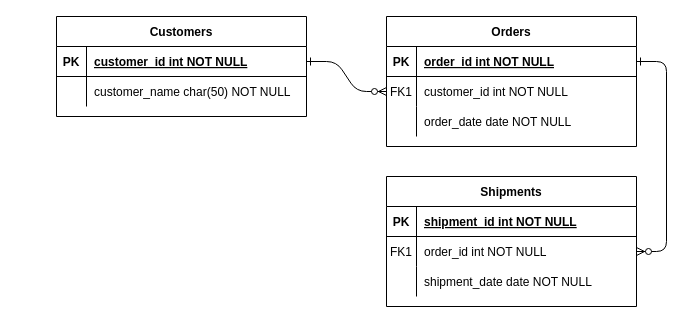
This is 閱讀網站.drawio from Minnie860711/main, a draw.io file, before an edit. Source tidied: cells renumbered, new cells numbered last; positions are measured from the earlier drawing's top-left corner, leaving out a move shared by most shapes. Both pictures are drawn from the tidied source at 100%, with x=0, y=0 at pixel (56, 16).
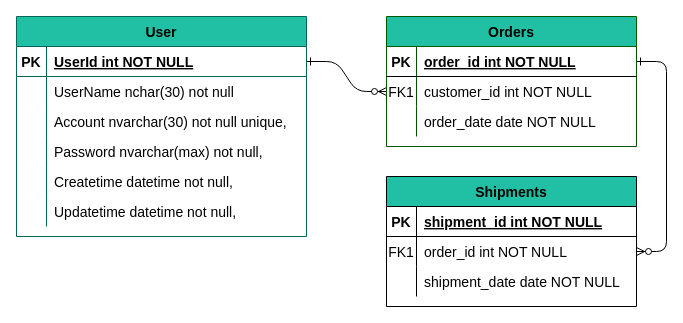
The same page after the edit.

Commit message:
20240306_更新閱讀網站.drawio

What changed in the source:
```diff
@@
-    <mxCell id="2" style="edgeStyle=entityRelationEdgeStyle;endArrow=ERzeroToMany;startArrow=ERone;endFill=1;startFill=0;" parent="1" edge="1" source="25" target="8">
-      <mxGeometry relative="1" as="geometry" />
+    <mxCell id="2" style="edgeStyle=entityRelationEdgeStyle;endArrow=ERzeroToMany;startArrow=ERone;endFill=1;startFill=0;fontSize=14;" parent="1" edge="1" target="8">
+      <mxGeometry relative="1" as="geometry">
+        <mxPoint x="250" y="45" as="sourcePoint" />
+      </mxGeometry>
     </mxCell>
-    <mxCell id="3" style="edgeStyle=entityRelationEdgeStyle;endArrow=ERzeroToMany;startArrow=ERone;endFill=1;startFill=0;" parent="1" edge="1" source="5" target="18">
+    <mxCell id="3" style="edgeStyle=entityRelationEdgeStyle;endArrow=ERzeroToMany;startArrow=ERone;endFill=1;startFill=0;fontSize=14;" parent="1" edge="1" source="5" target="18">
       <mxGeometry relative="1" as="geometry" />
     </mxCell>
-    <mxCell id="4" value="Orders" style="shape=table;startSize=30;childLayout=tableLayout;rowLines=0;fontStyle=1;align=center;" parent="1" vertex="1">
+    <mxCell id="4" value="Orders" style="shape=table;startSize=30;childLayout=tableLayout;rowLines=0;fontStyle=1;align=center;fillColor=#21c0a5;strokeColor=#005700;fontColor=#000000;fontSize=14;" parent="1" vertex="1">
       <mxGeometry x="330" width="250" height="130" as="geometry" />
     </mxCell>
-    <mxCell id="5" style="shape=partialRectangle;fillColor=none;points=[[0,0.5],[1,0.5]];portConstraint=eastwest;top=0;left=0;right=0;bottom=1;" parent="4" vertex="1">
+    <mxCell id="5" style="shape=partialRectangle;fillColor=none;points=[[0,0.5],[1,0.5]];portConstraint=eastwest;top=0;left=0;right=0;bottom=1;fontSize=14;" parent="4" vertex="1">
       <mxGeometry y="30" width="250" height="30" as="geometry" />
     </mxCell>
-    <mxCell id="6" value="PK" style="shape=partialRectangle;overflow=hidden;fillColor=none;top=0;left=0;bottom=0;right=0;fontStyle=1;" parent="5" vertex="1">
+    <mxCell id="6" value="PK" style="shape=partialRectangle;overflow=hidden;fillColor=none;top=0;left=0;bottom=0;right=0;fontStyle=1;fontSize=14;" parent="5" vertex="1">
       <mxGeometry width="30" height="30" as="geometry" />
     </mxCell>
-    <mxCell id="7" value="order_id int NOT NULL " style="shape=partialRectangle;overflow=hidden;fillColor=none;top=0;left=0;bottom=0;right=0;align=left;spacingLeft=6;fontStyle=5;" parent="5" vertex="1">
+    <mxCell id="7" value="order_id int NOT NULL " style="shape=partialRectangle;overflow=hidden;fillColor=none;top=0;left=0;bottom=0;right=0;align=left;spacingLeft=6;fontStyle=5;fontSize=14;" parent="5" vertex="1">
       <mxGeometry x="30" width="220" height="30" as="geometry" />
     </mxCell>
-    <mxCell id="8" style="shape=partialRectangle;fillColor=none;points=[[0,0.5],[1,0.5]];portConstraint=eastwest;top=0;left=0;right=0;bottom=0;" parent="4" vertex="1">
+    <mxCell id="8" style="shape=partialRectangle;fillColor=none;points=[[0,0.5],[1,0.5]];portConstraint=eastwest;top=0;left=0;right=0;bottom=0;fontSize=14;" parent="4" vertex="1">
       <mxGeometry y="60" width="250" height="30" as="geometry" />
     </mxCell>
-    <mxCell id="9" value="FK1" style="shape=partialRectangle;overflow=hidden;fillColor=none;top=0;left=0;bottom=0;right=0;" parent="8" vertex="1">
+    <mxCell id="9" value="FK1" style="shape=partialRectangle;overflow=hidden;fillColor=none;top=0;left=0;bottom=0;right=0;fontSize=14;" parent="8" vertex="1">
       <mxGeometry width="30" height="30" as="geometry" />
     </mxCell>
-    <mxCell id="10" value="customer_id int NOT NULL" style="shape=partialRectangle;overflow=hidden;fillColor=none;top=0;left=0;bottom=0;right=0;align=left;spacingLeft=6;" parent="8" vertex="1">
+    <mxCell id="10" value="customer_id int NOT NULL" style="shape=partialRectangle;overflow=hidden;fillColor=none;top=0;left=0;bottom=0;right=0;align=left;spacingLeft=6;fontSize=14;" parent="8" vertex="1">
       <mxGeometry x="30" width="220" height="30" as="geometry" />
     </mxCell>
-    <mxCell id="11" style="shape=partialRectangle;fillColor=none;top=0;left=0;right=0;bottom=0;" parent="4" vertex="1">
+    <mxCell id="11" style="shape=partialRectangle;fillColor=none;top=0;left=0;right=0;bottom=0;fontSize=14;" parent="4" vertex="1">
       <mxGeometry y="90" width="250" height="30" as="geometry" />
     </mxCell>
-    <mxCell id="12" style="shape=partialRectangle;overflow=hidden;fillColor=none;top=0;left=0;bottom=0;right=0;" parent="11" vertex="1">
+    <mxCell id="12" style="shape=partialRectangle;overflow=hidden;fillColor=none;top=0;left=0;bottom=0;right=0;fontSize=14;" parent="11" vertex="1">
       <mxGeometry width="30" height="30" as="geometry" />
     </mxCell>
-    <mxCell id="13" value="order_date date NOT NULL" style="shape=partialRectangle;overflow=hidden;fillColor=none;top=0;left=0;bottom=0;right=0;align=left;spacingLeft=6;" parent="11" vertex="1">
+    <mxCell id="13" value="order_date date NOT NULL" style="shape=partialRectangle;overflow=hidden;fillColor=none;top=0;left=0;bottom=0;right=0;align=left;spacingLeft=6;fontSize=14;" parent="11" vertex="1">
       <mxGeometry x="30" width="220" height="30" as="geometry" />
     </mxCell>
-    <mxCell id="14" value="Shipments" style="shape=table;startSize=30;childLayout=tableLayout;rowLines=0;fontStyle=1;align=center;" parent="1" vertex="1">
+    <mxCell id="14" value="Shipments" style="shape=table;startSize=30;childLayout=tableLayout;rowLines=0;fontStyle=1;align=center;fillColor=#21c0a5;fontSize=14;" parent="1" vertex="1">
       <mxGeometry x="330" y="160" width="250" height="130" as="geometry" />
     </mxCell>
-    <mxCell id="15" style="shape=partialRectangle;fillColor=none;top=0;left=0;right=0;bottom=1;" parent="14" vertex="1">
+    <mxCell id="15" style="shape=partialRectangle;fillColor=none;top=0;left=0;right=0;bottom=1;fontSize=14;" parent="14" vertex="1">
       <mxGeometry y="30" width="250" height="30" as="geometry" />
     </mxCell>
-    <mxCell id="16" value="PK" style="shape=partialRectangle;overflow=hidden;fillColor=none;top=0;left=0;bottom=0;right=0;fontStyle=1;" parent="15" vertex="1">
+    <mxCell id="16" value="PK" style="shape=partialRectangle;overflow=hidden;fillColor=none;top=0;left=0;bottom=0;right=0;fontStyle=1;fontSize=14;" parent="15" vertex="1">
       <mxGeometry width="30" height="30" as="geometry" />
     </mxCell>
-    <mxCell id="17" value="shipment_id int NOT NULL " style="shape=partialRectangle;overflow=hidden;fillColor=none;top=0;left=0;bottom=0;right=0;align=left;spacingLeft=6;fontStyle=5;" parent="15" vertex="1">
+    <mxCell id="17" value="shipment_id int NOT NULL " style="shape=partialRectangle;overflow=hidden;fillColor=none;top=0;left=0;bottom=0;right=0;align=left;spacingLeft=6;fontStyle=5;fontSize=14;" parent="15" vertex="1">
       <mxGeometry x="30" width="220" height="30" as="geometry" />
     </mxCell>
-    <mxCell id="18" style="shape=partialRectangle;fillColor=none;points=[[0,0.5],[1,0.5]];portConstraint=eastwest;top=0;left=0;right=0;bottom=0;" parent="14" vertex="1">
+    <mxCell id="18" style="shape=partialRectangle;fillColor=none;points=[[0,0.5],[1,0.5]];portConstraint=eastwest;top=0;left=0;right=0;bottom=0;fontSize=14;" parent="14" vertex="1">
       <mxGeometry y="60" width="250" height="30" as="geometry" />
     </mxCell>
-    <mxCell id="19" value="FK1" style="shape=partialRectangle;overflow=hidden;fillColor=none;top=0;left=0;bottom=0;right=0;" parent="18" vertex="1">
+    <mxCell id="19" value="FK1" style="shape=partialRectangle;overflow=hidden;fillColor=none;top=0;left=0;bottom=0;right=0;fontSize=14;" parent="18" vertex="1">
       <mxGeometry width="30" height="30" as="geometry" />
     </mxCell>
-    <mxCell id="20" value="order_id int NOT NULL" style="shape=partialRectangle;overflow=hidden;fillColor=none;top=0;left=0;bottom=0;right=0;align=left;spacingLeft=6;" parent="18" vertex="1">
+    <mxCell id="20" value="order_id int NOT NULL" style="shape=partialRectangle;overflow=hidden;fillColor=none;top=0;left=0;bottom=0;right=0;align=left;spacingLeft=6;fontSize=14;" parent="18" vertex="1">
       <mxGeometry x="30" width="220" height="30" as="geometry" />
     </mxCell>
-    <mxCell id="21" style="shape=partialRectangle;fillColor=none;top=0;left=0;right=0;bottom=0;" parent="14" vertex="1">
+    <mxCell id="21" style="shape=partialRectangle;fillColor=none;top=0;left=0;right=0;bottom=0;fontSize=14;" parent="14" vertex="1">
       <mxGeometry y="90" width="250" height="30" as="geometry" />
     </mxCell>
-    <mxCell id="22" style="shape=partialRectangle;overflow=hidden;fillColor=none;top=0;left=0;bottom=0;right=0;" parent="21" vertex="1">
+    <mxCell id="22" style="shape=partialRectangle;overflow=hidden;fillColor=none;top=0;left=0;bottom=0;right=0;fontSize=14;" parent="21" vertex="1">
       <mxGeometry width="30" height="30" as="geometry" />
     </mxCell>
-    <mxCell id="23" value="shipment_date date NOT NULL" style="shape=partialRectangle;overflow=hidden;fillColor=none;top=0;left=0;bottom=0;right=0;align=left;spacingLeft=6;" parent="21" vertex="1">
+    <mxCell id="23" value="shipment_date date NOT NULL" style="shape=partialRectangle;overflow=hidden;fillColor=none;top=0;left=0;bottom=0;right=0;align=left;spacingLeft=6;fontSize=14;" parent="21" vertex="1">
       <mxGeometry x="30" width="220" height="30" as="geometry" />
     </mxCell>
-    <mxCell id="24" value="Customers" style="shape=table;startSize=30;childLayout=tableLayout;rowLines=0;fontStyle=1;align=center;" parent="1" vertex="1">
-      <mxGeometry width="250" height="100" as="geometry" />
-    </mxCell>
-    <mxCell id="25" style="shape=partialRectangle;fillColor=none;points=[[0,0.5],[1,0.5]];portConstraint=eastwest;top=0;left=0;right=0;bottom=1;" parent="24" vertex="1">
-      <mxGeometry y="30" width="250" height="30" as="geometry" />
-    </mxCell>
+    <mxCell id="31" value="User" style="shape=table;startSize=30;childLayout=tableLayout;rowLines=0;fontStyle=1;align=center;fillColor=#21C0A5;strokeColor=#006658;fontColor=#000000;rounded=0;fontSize=14;" parent="1" vertex="1">
+      <mxGeometry x="-40" width="290" height="220" as="geometry" />
+    </mxCell>
+    <mxCell id="32" style="shape=partialRectangle;fillColor=none;top=0;left=0;right=0;bottom=1;strokeColor=#006658;fontColor=#5C5C5C;rounded=0;fontSize=14;" parent="31" vertex="1">
+      <mxGeometry y="30" width="290" height="30" as="geometry" />
+    </mxCell>
-    <mxCell id="26" value="PK" style="shape=partialRectangle;overflow=hidden;fillColor=none;top=0;left=0;bottom=0;right=0;fontStyle=1;" parent="25" vertex="1">
+    <mxCell id="26" value="PK" style="shape=partialRectangle;overflow=hidden;fillColor=none;top=0;left=0;bottom=0;right=0;fontStyle=1;strokeColor=#006658;fontColor=#000000;rounded=0;fontSize=14;" parent="32" vertex="1">
       <mxGeometry width="30" height="30" as="geometry" />
     </mxCell>
-    <mxCell id="27" value="customer_id int NOT NULL " style="shape=partialRectangle;overflow=hidden;fillColor=none;top=0;left=0;bottom=0;right=0;align=left;spacingLeft=6;fontStyle=5;" parent="25" vertex="1">
-      <mxGeometry x="30" width="220" height="30" as="geometry" />
-    </mxCell>
-    <mxCell id="28" style="shape=partialRectangle;fillColor=none;top=0;left=0;right=0;bottom=0;" parent="24" vertex="1">
-      <mxGeometry y="60" width="250" height="30" as="geometry" />
-    </mxCell>
-    <mxCell id="29" style="shape=partialRectangle;overflow=hidden;fillColor=none;top=0;left=0;bottom=0;right=0;" parent="28" vertex="1">
-      <mxGeometry width="30" height="30" as="geometry" />
-    </mxCell>
-    <mxCell id="30" value="customer_name char(50) NOT NULL" style="shape=partialRectangle;overflow=hidden;fillColor=none;top=0;left=0;bottom=0;right=0;align=left;spacingLeft=6;" parent="28" vertex="1">
-      <mxGeometry x="30" width="220" height="30" as="geometry" />
-    </mxCell>
+    <mxCell id="33" value="UserId int NOT NULL " style="shape=partialRectangle;overflow=hidden;fillColor=none;top=0;left=0;bottom=0;right=0;align=left;spacingLeft=6;fontStyle=5;strokeColor=#006658;fontColor=#000000;rounded=0;fontSize=14;" parent="32" vertex="1">
+      <mxGeometry x="30" width="260" height="30" as="geometry" />
+    </mxCell>
+    <mxCell id="34" style="shape=partialRectangle;fillColor=none;top=0;left=0;right=0;bottom=0;strokeColor=#006658;fontColor=#5C5C5C;rounded=0;fontSize=14;" parent="31" vertex="1">
+      <mxGeometry y="60" width="290" height="30" as="geometry" />
+    </mxCell>
+    <mxCell id="35" style="shape=partialRectangle;overflow=hidden;fillColor=none;top=0;left=0;bottom=0;right=0;strokeColor=#006658;fontColor=#000000;rounded=0;fontSize=14;" parent="34" vertex="1">
+      <mxGeometry width="30" height="30" as="geometry" />
+    </mxCell>
+    <mxCell id="36" value="UserName nchar(30) not null" style="shape=partialRectangle;overflow=hidden;fillColor=none;top=0;left=0;bottom=0;right=0;align=left;spacingLeft=6;fontStyle=0;strokeColor=#006658;fontColor=#000000;rounded=0;fontSize=14;" parent="34" vertex="1">
+      <mxGeometry x="30" width="260" height="30" as="geometry" />
+    </mxCell>
+    <mxCell id="37" style="shape=partialRectangle;fillColor=none;top=0;left=0;right=0;bottom=0;strokeColor=#006658;fontColor=#5C5C5C;rounded=0;fontSize=14;" parent="31" vertex="1">
+      <mxGeometry y="90" width="290" height="30" as="geometry" />
+    </mxCell>
+    <mxCell id="38" style="shape=partialRectangle;overflow=hidden;fillColor=none;top=0;left=0;bottom=0;right=0;strokeColor=#006658;fontColor=#000000;rounded=0;fontSize=14;" parent="37" vertex="1">
+      <mxGeometry width="30" height="30" as="geometry" />
+    </mxCell>
+    <mxCell id="39" value="Account nvarchar(30) not null unique," style="shape=partialRectangle;overflow=hidden;fillColor=none;top=0;left=0;bottom=0;right=0;align=left;spacingLeft=6;fontStyle=0;strokeColor=#006658;fontColor=#000000;rounded=0;fontSize=14;" parent="37" vertex="1">
+      <mxGeometry x="30" width="260" height="30" as="geometry" />
+    </mxCell>
+    <mxCell id="40" style="shape=partialRectangle;fillColor=none;top=0;left=0;right=0;bottom=0;strokeColor=#006658;fontColor=#5C5C5C;rounded=0;fontSize=14;" parent="31" vertex="1">
+      <mxGeometry y="120" width="290" height="30" as="geometry" />
+    </mxCell>
+    <mxCell id="41" style="shape=partialRectangle;overflow=hidden;fillColor=none;top=0;left=0;bottom=0;right=0;strokeColor=#006658;fontColor=#000000;rounded=0;fontSize=14;" parent="40" vertex="1">
+      <mxGeometry width="30" height="30" as="geometry" />
+    </mxCell>
+    <mxCell id="42" value="Password nvarchar(max) not null," style="shape=partialRectangle;overflow=hidden;fillColor=none;top=0;left=0;bottom=0;right=0;align=left;spacingLeft=6;fontStyle=0;strokeColor=#006658;fontColor=#000000;rounded=0;fontSize=14;" parent="40" vertex="1">
+      <mxGeometry x="30" width="260" height="30" as="geometry" />
+    </mxCell>
+    <mxCell id="43" style="shape=partialRectangle;fillColor=none;top=0;left=0;right=0;bottom=0;strokeColor=#006658;fontColor=#5C5C5C;rounded=0;fontSize=14;" parent="31" vertex="1">
+      <mxGeometry y="150" width="290" height="30" as="geometry" />
+    </mxCell>
+    <mxCell id="44" style="shape=partialRectangle;overflow=hidden;fillColor=none;top=0;left=0;bottom=0;right=0;strokeColor=#006658;fontColor=#000000;rounded=0;fontSize=14;" parent="43" vertex="1">
+      <mxGeometry width="30" height="30" as="geometry" />
+    </mxCell>
+    <mxCell id="45" value="Createtime datetime not null," style="shape=partialRectangle;overflow=hidden;fillColor=none;top=0;left=0;bottom=0;right=0;align=left;spacingLeft=6;fontStyle=0;strokeColor=#006658;fontColor=#000000;rounded=0;fontSize=14;" parent="43" vertex="1">
+      <mxGeometry x="30" width="260" height="30" as="geometry" />
+    </mxCell>
+    <mxCell id="46" style="shape=partialRectangle;fillColor=none;top=0;left=0;right=0;bottom=0;strokeColor=#006658;fontColor=#5C5C5C;rounded=0;fontSize=14;" parent="31" vertex="1">
+      <mxGeometry y="180" width="290" height="30" as="geometry" />
+    </mxCell>
+    <mxCell id="47" style="shape=partialRectangle;overflow=hidden;fillColor=none;top=0;left=0;bottom=0;right=0;strokeColor=#006658;fontColor=#000000;rounded=0;fontSize=14;" parent="46" vertex="1">
+      <mxGeometry width="30" height="30" as="geometry" />
+    </mxCell>
+    <mxCell id="48" value="Updatetime datetime not null," style="shape=partialRectangle;overflow=hidden;fillColor=none;top=0;left=0;bottom=0;right=0;align=left;spacingLeft=6;fontStyle=0;strokeColor=#006658;fontColor=#000000;rounded=0;fontSize=14;" parent="46" vertex="1">
+      <mxGeometry x="30" width="260" height="30" as="geometry" />
+    </mxCell>
```
